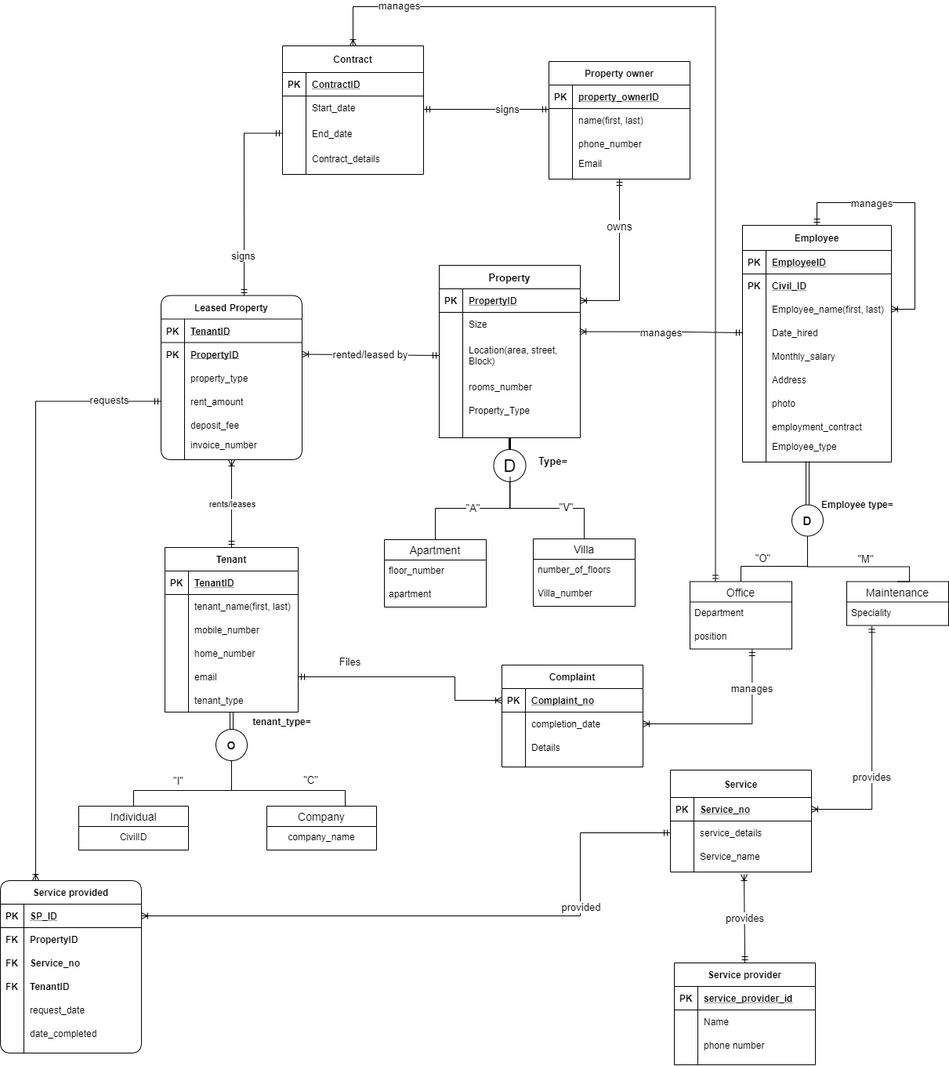
amani-deen/MIS485 keeps this draw.io diagram as EER_operational_system-Page-2.png. Above is the earlier version. Source tidied: cells renumbered, new cells last; positions are measured from the earlier drawing's top-left corner, leaving out a move shared by most shapes.
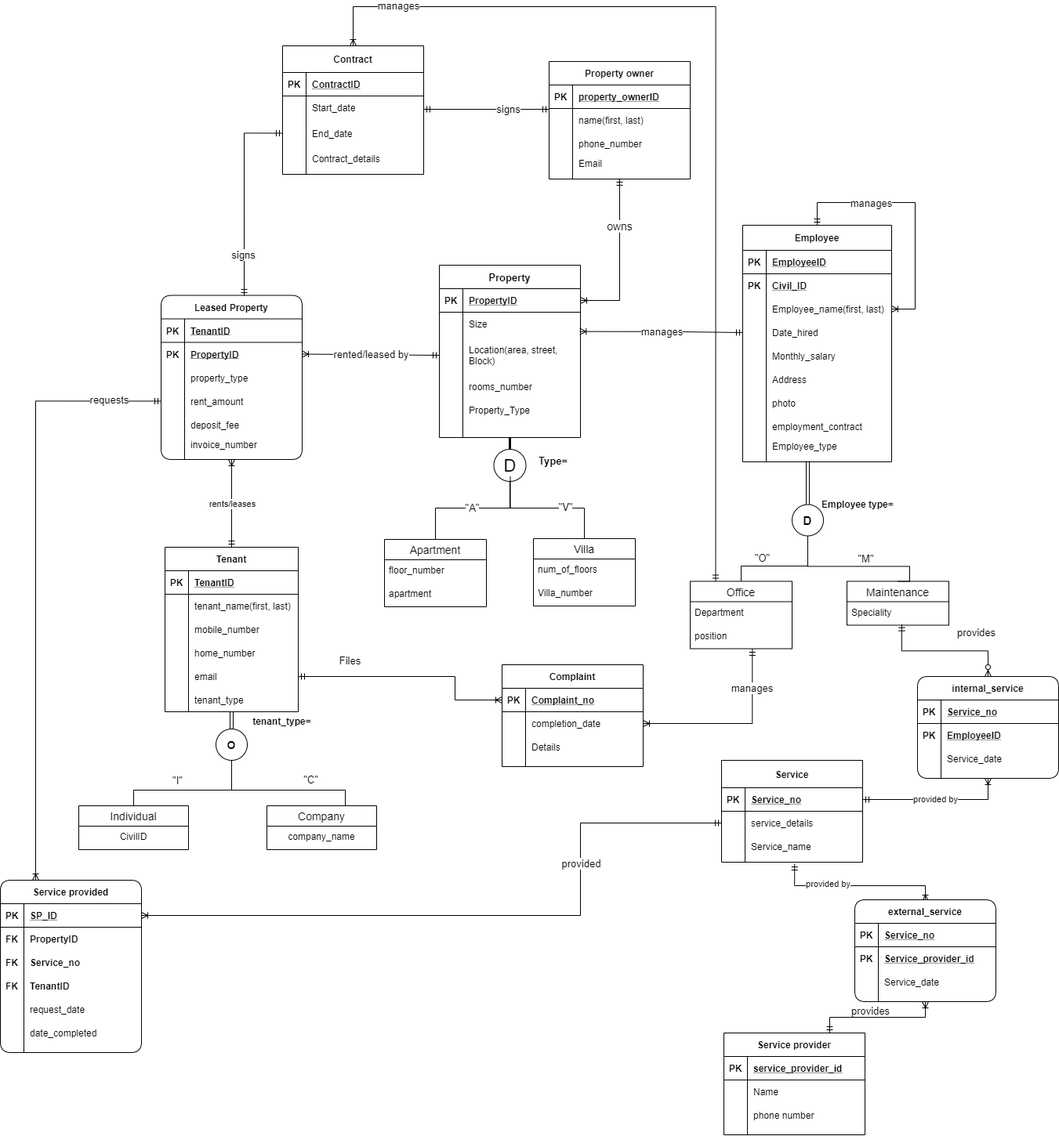
After the change.

Change to the diagram source:
```diff
@@ -451,7 +451,7 @@
     <mxCell id="134" value="Villa" style="swimlane;fontStyle=0;horizontal=1;startSize=26;align=center;fontSize=14;rounded=0;fillColor=none;" parent="1" vertex="1">
       <mxGeometry x="680" y="679" width="130" height="86" as="geometry" />
     </mxCell>
-    <mxCell id="135" value="number_of_floors" style="text;strokeColor=none;fillColor=none;spacingLeft=4;spacingRight=4;overflow=hidden;fontSize=12;" parent="134" vertex="1">
+    <mxCell id="135" value="num_of_floors" style="text;strokeColor=none;fillColor=none;spacingLeft=4;spacingRight=4;overflow=hidden;fontSize=12;" parent="134" vertex="1">
       <mxGeometry y="26" width="130" height="30" as="geometry" />
     </mxCell>
     <mxCell id="136" value="Villa_number" style="text;strokeColor=none;fillColor=none;spacingLeft=4;spacingRight=4;overflow=hidden;fontSize=12;" parent="134" vertex="1">
@@ -464,7 +464,7 @@
       <mxGeometry relative="1" as="geometry" />
     </mxCell>
     <mxCell id="139" value="Service provider" style="shape=table;startSize=30;rowLines=0;fontStyle=1;align=center;" parent="1" vertex="1">
-      <mxGeometry x="860" y="1220" width="180" height="130" as="geometry" />
+      <mxGeometry x="923" y="1310" width="180" height="130" as="geometry" />
     </mxCell>
     <mxCell id="140" style="shape=partialRectangle;fillColor=none;top=0;left=0;bottom=1;right=0;" parent="139" vertex="1">
       <mxGeometry y="30" width="180" height="30" as="geometry" />
@@ -494,7 +494,7 @@
       <mxGeometry x="30" width="150" height="30" as="geometry" />
     </mxCell>
     <mxCell id="149" value="Service" style="shape=table;startSize=35;rowLines=0;fontStyle=1;align=center;rounded=0;" parent="1" vertex="1">
-      <mxGeometry x="855" y="974" width="180" height="130" as="geometry" />
+      <mxGeometry x="920" y="962" width="180" height="130" as="geometry" />
     </mxCell>
     <mxCell id="150" style="shape=partialRectangle;fillColor=none;top=0;left=0;bottom=1;right=0;points=[[0,0.5],[1,0.5]];portConstraint=eastwest;" parent="149" vertex="1">
       <mxGeometry y="35" width="180" height="30" as="geometry" />
@@ -619,27 +619,32 @@
         <mxPoint x="10" y="-7.2" as="offset" />
       </mxGeometry>
     </mxCell>
-    <mxCell id="186" style="edgeStyle=orthogonalEdgeStyle;rounded=0;jettySize=auto;html=1;exitX=1;exitY=0.5;exitDx=0;exitDy=0;entryX=0.247;entryY=1.027;entryDx=0;entryDy=0;entryPerimeter=0;startArrow=ERoneToMany;startFill=0;endArrow=ERmandOne;endFill=0;" parent="1" edge="1" source="150" target="41">
+    <mxCell id="186" value="provided by" style="edgeStyle=orthogonalEdgeStyle;rounded=0;jettySize=auto;html=1;exitX=1;exitY=0.5;exitDx=0;exitDy=0;entryX=0.5;entryY=1;entryDx=0;entryDy=0;startArrow=ERmandOne;startFill=0;endArrow=ERoneToMany;endFill=0;" parent="1" edge="1" source="150" target="219">
       <mxGeometry relative="1" as="geometry">
         <Array as="points">
-          <mxPoint x="1112" y="1024" />
+          <mxPoint x="1260" y="1012" />
         </Array>
       </mxGeometry>
     </mxCell>
-    <mxCell id="187" value="provides" style="edgeLabel;html=1;align=center;verticalAlign=middle;fontSize=13;" parent="186" vertex="1">
+    <mxCell id="187" value="provides" style="edgeLabel;html=1;align=center;verticalAlign=middle;fontSize=13;labelBackgroundColor=#FFFFFF;" parent="186" vertex="1">
       <mxGeometry x="-0.79" y="-10" relative="1" as="geometry">
-        <mxPoint x="45" y="-52" as="offset" />
+        <mxPoint x="126" y="-224" as="offset" />
       </mxGeometry>
     </mxCell>
-    <mxCell id="188" value="&lt;font style=&quot;font-size: 13px&quot;&gt;provides&lt;/font&gt;" style="edgeStyle=orthogonalEdgeStyle;rounded=0;jettySize=auto;html=1;startArrow=ERmandOne;startFill=0;endArrow=ERoneToMany;endFill=0;exitX=0.5;exitY=0;exitDx=0;exitDy=0;" parent="1" edge="1" source="139">
-      <mxGeometry relative="1" as="geometry">
-        <mxPoint x="949" y="1107" as="targetPoint" />
+    <mxCell id="188" value="&lt;font style=&quot;font-size: 13px&quot;&gt;provides&lt;/font&gt;" style="edgeStyle=orthogonalEdgeStyle;rounded=0;orthogonalLoop=1;jettySize=auto;html=1;startArrow=ERoneToMany;startFill=0;endArrow=ERmandOne;endFill=0;entryX=0.518;entryY=1.168;entryDx=0;entryDy=0;entryPerimeter=0;exitX=0.5;exitY=0;exitDx=0;exitDy=0;" parent="1" edge="1">
+      <mxGeometry x="-1" y="157" relative="1" as="geometry">
+        <mxPoint x="1180" y="1142" as="sourcePoint" />
+        <mxPoint x="1013.2" y="1094" as="targetPoint" />
         <Array as="points">
-          <mxPoint x="950" y="1210" />
-          <mxPoint x="949" y="1107" />
+          <mxPoint x="1180" y="1122" />
+          <mxPoint x="1013" y="1122" />
         </Array>
+        <mxPoint x="87" y="140" as="offset" />
       </mxGeometry>
     </mxCell>
+    <mxCell id="217" value="provided by" style="edgeLabel;html=1;align=center;verticalAlign=middle;" parent="188" vertex="1">
+      <mxGeometry x="0.34" y="-3" relative="1" as="geometry" />
+    </mxCell>
     <mxCell id="189" style="edgeStyle=orthogonalEdgeStyle;rounded=0;jettySize=auto;html=1;entryX=0.25;entryY=0;entryDx=0;entryDy=0;startArrow=ERoneToMany;startFill=0;endArrow=ERmandOne;endFill=0;exitX=0.5;exitY=0;exitDx=0;exitDy=0;" parent="1" edge="1" source="171" target="37">
       <mxGeometry relative="1" as="geometry">
         <Array as="points">
@@ -661,7 +666,7 @@
       <mxGeometry relative="1" as="geometry">
         <Array as="points">
           <mxPoint x="740" y="1160" />
-          <mxPoint x="740" y="1054" />
+          <mxPoint x="740" y="1042" />
         </Array>
       </mxGeometry>
     </mxCell>
@@ -741,5 +746,71 @@
         </Array>
       </mxGeometry>
     </mxCell>
+    <mxCell id="218" style="edgeStyle=orthogonalEdgeStyle;rounded=0;jettySize=auto;html=1;exitX=0.5;exitY=0;exitDx=0;exitDy=0;entryX=0.538;entryY=0.972;entryDx=0;entryDy=0;entryPerimeter=0;startArrow=ERzeroToMany;startFill=1;endArrow=ERmandOne;endFill=0;" parent="1" edge="1" source="219" target="41">
+      <mxGeometry relative="1" as="geometry" />
+    </mxCell>
+    <mxCell id="219" value="internal_service" style="shape=table;startSize=30;rowLines=0;fontStyle=1;align=center;rounded=1;" parent="1" vertex="1">
+      <mxGeometry x="1170" y="855" width="180" height="130" as="geometry" />
+    </mxCell>
+    <mxCell id="220" style="shape=partialRectangle;fillColor=none;top=0;left=0;bottom=1;right=0;" parent="219" vertex="1">
+      <mxGeometry y="30" width="180" height="30" as="geometry" />
+    </mxCell>
+    <mxCell id="221" value="PK" style="shape=partialRectangle;fillColor=none;top=0;left=0;bottom=0;right=0;fontStyle=1;overflow=hidden;" parent="220" vertex="1">
+      <mxGeometry width="30" height="30" as="geometry" />
+    </mxCell>
+    <mxCell id="222" value="Service_no" style="shape=partialRectangle;fillColor=none;top=0;left=0;bottom=0;right=0;align=left;spacingLeft=6;fontStyle=5;overflow=hidden;" parent="220" vertex="1">
+      <mxGeometry x="30" width="150" height="30" as="geometry" />
+    </mxCell>
+    <mxCell id="223" style="shape=partialRectangle;fillColor=none;top=0;left=0;bottom=0;right=0;" parent="219" vertex="1">
+      <mxGeometry y="60" width="180" height="30" as="geometry" />
+    </mxCell>
+    <mxCell id="224" value="PK" style="shape=partialRectangle;fillColor=none;top=0;left=0;bottom=0;right=0;overflow=hidden;fontStyle=1;" parent="223" vertex="1">
+      <mxGeometry width="30" height="30" as="geometry" />
+    </mxCell>
+    <mxCell id="225" value="EmployeeID" style="shape=partialRectangle;fillColor=none;top=0;left=0;bottom=0;right=0;align=left;spacingLeft=6;overflow=hidden;fontStyle=5;" parent="223" vertex="1">
+      <mxGeometry x="30" width="150" height="30" as="geometry" />
+    </mxCell>
+    <mxCell id="226" style="shape=partialRectangle;fillColor=none;top=0;left=0;bottom=0;right=0;" parent="219" vertex="1">
+      <mxGeometry y="90" width="180" height="30" as="geometry" />
+    </mxCell>
+    <mxCell id="227" style="shape=partialRectangle;fillColor=none;top=0;left=0;bottom=0;right=0;overflow=hidden;fontStyle=1;" parent="226" vertex="1">
+      <mxGeometry width="30" height="30" as="geometry" />
+    </mxCell>
+    <mxCell id="228" value="Service_date" style="shape=partialRectangle;fillColor=none;top=0;left=0;bottom=0;right=0;align=left;spacingLeft=6;overflow=hidden;fontStyle=0;" parent="226" vertex="1">
+      <mxGeometry x="30" width="150" height="30" as="geometry" />
+    </mxCell>
+    <mxCell id="229" style="edgeStyle=orthogonalEdgeStyle;rounded=0;jettySize=auto;html=1;exitX=0.5;exitY=1;exitDx=0;exitDy=0;entryX=0.75;entryY=0;entryDx=0;entryDy=0;endArrow=ERmandOne;endFill=0;startArrow=ERoneToMany;startFill=0;" parent="1" edge="1" source="230" target="139">
+      <mxGeometry relative="1" as="geometry" />
+    </mxCell>
+    <mxCell id="230" value="external_service" style="shape=table;startSize=30;rowLines=0;fontStyle=1;align=center;rounded=1;" parent="1" vertex="1">
+      <mxGeometry x="1090" y="1140" width="180" height="130" as="geometry" />
+    </mxCell>
+    <mxCell id="231" style="shape=partialRectangle;fillColor=none;top=0;left=0;bottom=1;right=0;" parent="230" vertex="1">
+      <mxGeometry y="30" width="180" height="30" as="geometry" />
+    </mxCell>
+    <mxCell id="232" value="PK" style="shape=partialRectangle;fillColor=none;top=0;left=0;bottom=0;right=0;fontStyle=1;overflow=hidden;" parent="231" vertex="1">
+      <mxGeometry width="30" height="30" as="geometry" />
+    </mxCell>
+    <mxCell id="233" value="Service_no" style="shape=partialRectangle;fillColor=none;top=0;left=0;bottom=0;right=0;align=left;spacingLeft=6;fontStyle=5;overflow=hidden;" parent="231" vertex="1">
+      <mxGeometry x="30" width="150" height="30" as="geometry" />
+    </mxCell>
+    <mxCell id="234" style="shape=partialRectangle;fillColor=none;top=0;left=0;bottom=0;right=0;" parent="230" vertex="1">
+      <mxGeometry y="60" width="180" height="30" as="geometry" />
+    </mxCell>
+    <mxCell id="235" value="PK" style="shape=partialRectangle;fillColor=none;top=0;left=0;bottom=0;right=0;overflow=hidden;fontStyle=1;" parent="234" vertex="1">
+      <mxGeometry width="30" height="30" as="geometry" />
+    </mxCell>
+    <mxCell id="236" value="Service_provider_id" style="shape=partialRectangle;fillColor=none;top=0;left=0;bottom=0;right=0;align=left;spacingLeft=6;overflow=hidden;fontStyle=5;" parent="234" vertex="1">
+      <mxGeometry x="30" width="150" height="30" as="geometry" />
+    </mxCell>
+    <mxCell id="237" style="shape=partialRectangle;fillColor=none;top=0;left=0;bottom=0;right=0;" parent="230" vertex="1">
+      <mxGeometry y="90" width="180" height="30" as="geometry" />
+    </mxCell>
+    <mxCell id="238" style="shape=partialRectangle;fillColor=none;top=0;left=0;bottom=0;right=0;overflow=hidden;fontStyle=1;" parent="237" vertex="1">
+      <mxGeometry width="30" height="30" as="geometry" />
+    </mxCell>
+    <mxCell id="239" value="Service_date" style="shape=partialRectangle;fillColor=none;top=0;left=0;bottom=0;right=0;align=left;spacingLeft=6;overflow=hidden;fontStyle=0;" parent="237" vertex="1">
+      <mxGeometry x="30" width="150" height="30" as="geometry" />
+    </mxCell>
   </root>
 </mxGraphModel>
```
